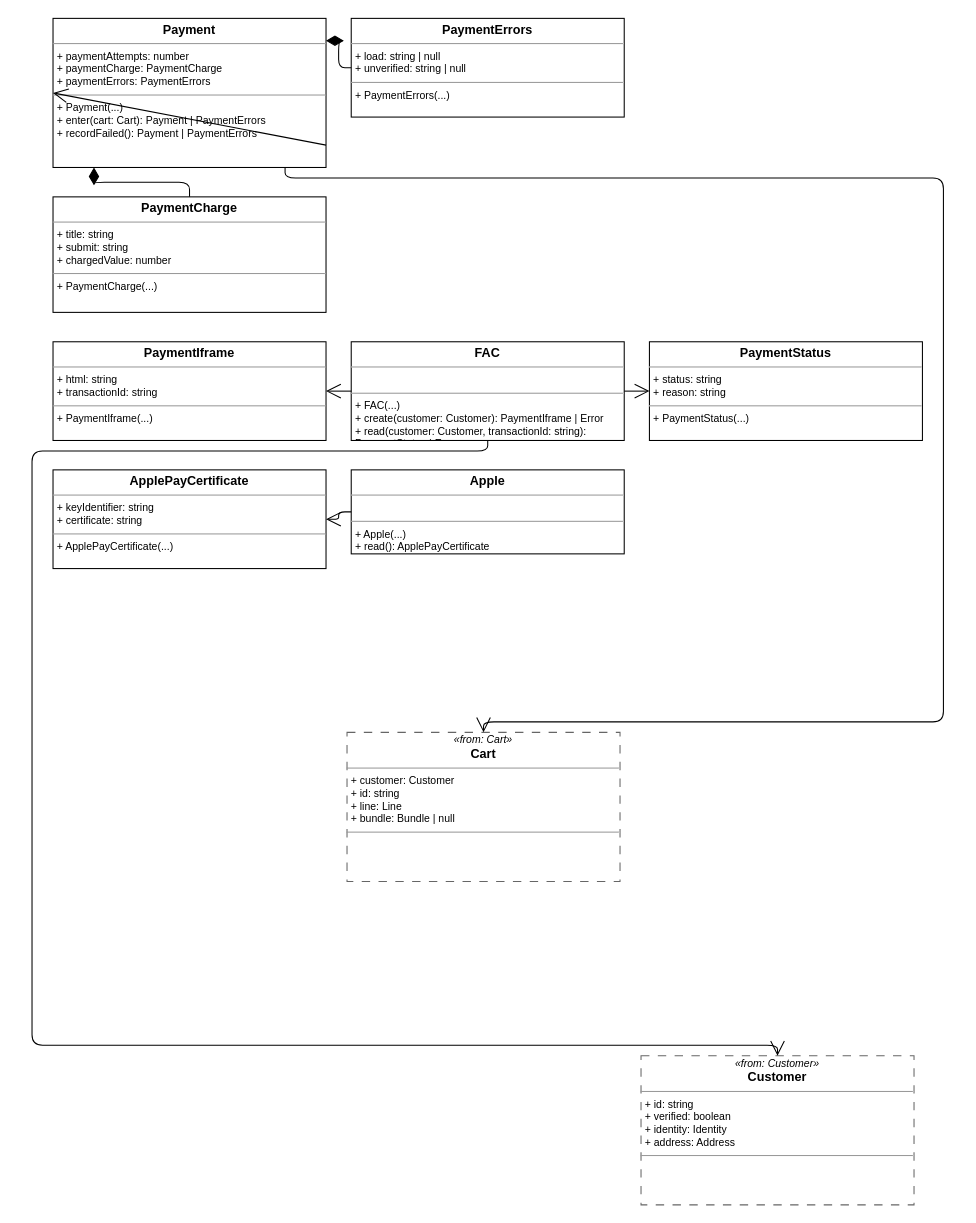
Above: practices/clean_engineering/model/.examples/actual/from-drawio/to-drawio/billing/payments.drawio in abd-works/abd-context-driven-delivery (draw.io), before the change. Source tidied: cells renumbered, new cells numbered last; positions are measured from the earlier drawing's top-left corner, leaving out a move shared by most shapes. Both pictures are drawn from the tidied source at 105%, with x=0, y=0 at pixel (32, 18).
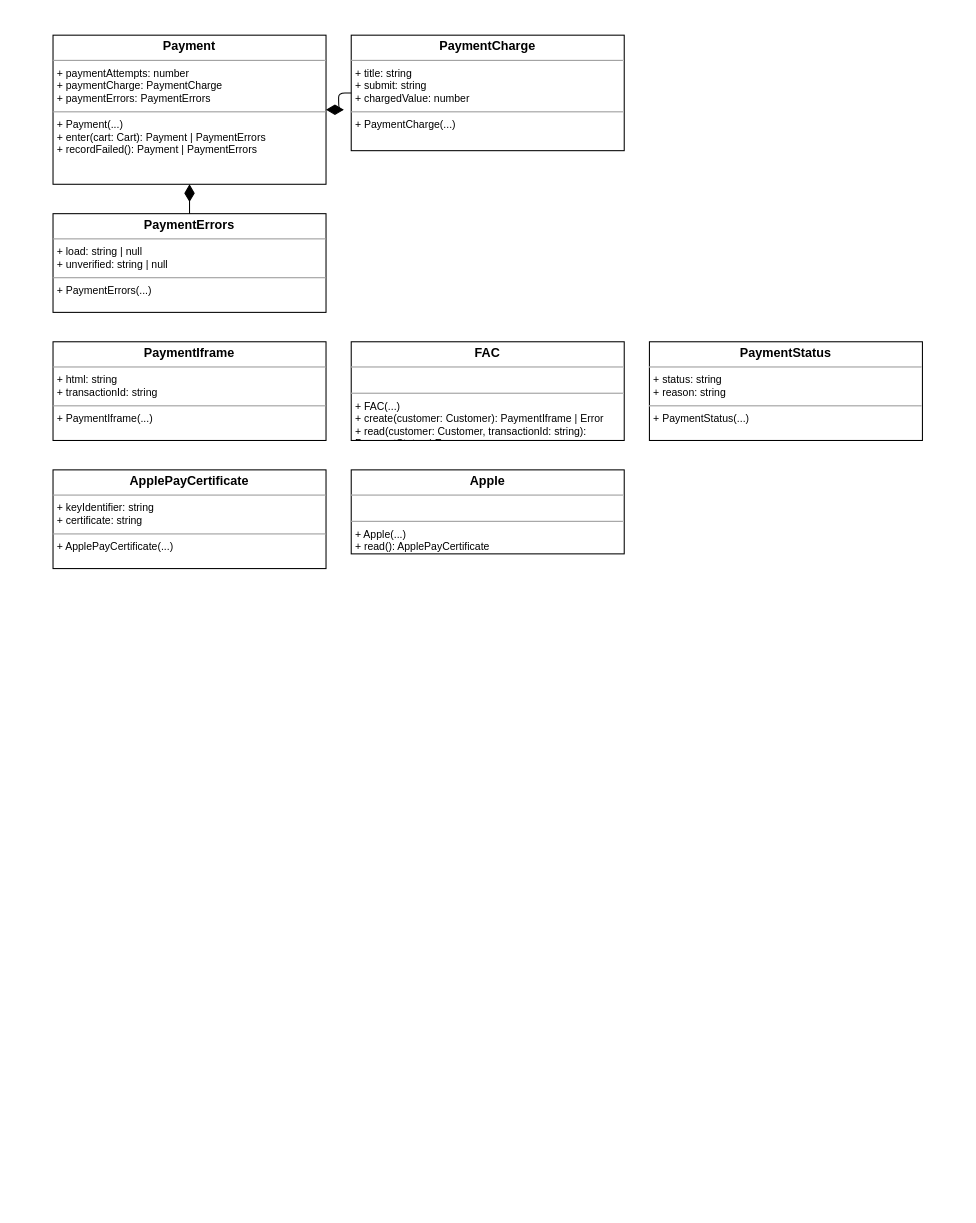
Above is the later version.

Unchanged cells that the change refers to:
```xml
<mxCell id="7" value="&lt;p style=&quot;margin:0px;margin-top:4px;text-align:center;&quot;&gt;&lt;b&gt;PaymentIframe&lt;/b&gt;&lt;/p&gt;&lt;hr size=&quot;1&quot;/&gt;&lt;p style=&quot;margin:0px;margin-left:4px;font-size:10px;&quot;&gt;+ html: string&lt;br/&gt;+ transactionId: string&lt;br/&gt;&lt;/p&gt;&lt;hr size=&quot;1&quot;/&gt;&lt;p style=&quot;margin:0px;margin-left:4px;font-size:10px;&quot;&gt;+ PaymentIframe(...)&lt;br/&gt;&lt;/p&gt;" style="verticalAlign=top;align=left;overflow=fill;fontSize=12;fontFamily=Helvetica;html=1;whiteSpace=wrap;" parent="1" vertex="1">
  <mxGeometry x="20" y="308" width="260" height="94" as="geometry" />
</mxCell>
<mxCell id="8" value="&lt;p style=&quot;margin:0px;margin-top:4px;text-align:center;&quot;&gt;&lt;b&gt;FAC&lt;/b&gt;&lt;/p&gt;&lt;hr size=&quot;1&quot;/&gt;&lt;p style=&quot;margin:0px;margin-left:4px;font-size:10px;&quot;&gt;&lt;br/&gt;&lt;/p&gt;&lt;hr size=&quot;1&quot;/&gt;&lt;p style=&quot;margin:0px;margin-left:4px;font-size:10px;&quot;&gt;+ FAC(...)&lt;br/&gt;+ create(customer: Customer): PaymentIframe | Error&lt;br/&gt;+ read(customer: Customer, transactionId: string): PaymentStatus | Error&lt;br/&gt;&lt;/p&gt;" style="verticalAlign=top;align=left;overflow=fill;fontSize=12;fontFamily=Helvetica;html=1;whiteSpace=wrap;" parent="1" vertex="1">
  <mxGeometry x="304" y="308" width="260" height="94" as="geometry" />
</mxCell>
<mxCell id="9" value="&lt;p style=&quot;margin:0px;margin-top:4px;text-align:center;&quot;&gt;&lt;b&gt;PaymentStatus&lt;/b&gt;&lt;/p&gt;&lt;hr size=&quot;1&quot;/&gt;&lt;p style=&quot;margin:0px;margin-left:4px;font-size:10px;&quot;&gt;+ status: string&lt;br/&gt;+ reason: string&lt;br/&gt;&lt;/p&gt;&lt;hr size=&quot;1&quot;/&gt;&lt;p style=&quot;margin:0px;margin-left:4px;font-size:10px;&quot;&gt;+ PaymentStatus(...)&lt;br/&gt;&lt;/p&gt;" style="verticalAlign=top;align=left;overflow=fill;fontSize=12;fontFamily=Helvetica;html=1;whiteSpace=wrap;" parent="1" vertex="1">
  <mxGeometry x="588" y="308" width="260" height="94" as="geometry" />
</mxCell>
<mxCell id="10" value="&lt;p style=&quot;margin:0px;margin-top:4px;text-align:center;&quot;&gt;&lt;b&gt;ApplePayCertificate&lt;/b&gt;&lt;/p&gt;&lt;hr size=&quot;1&quot;/&gt;&lt;p style=&quot;margin:0px;margin-left:4px;font-size:10px;&quot;&gt;+ keyIdentifier: string&lt;br/&gt;+ certificate: string&lt;br/&gt;&lt;/p&gt;&lt;hr size=&quot;1&quot;/&gt;&lt;p style=&quot;margin:0px;margin-left:4px;font-size:10px;&quot;&gt;+ ApplePayCertificate(...)&lt;br/&gt;&lt;/p&gt;" style="verticalAlign=top;align=left;overflow=fill;fontSize=12;fontFamily=Helvetica;html=1;whiteSpace=wrap;" parent="1" vertex="1">
  <mxGeometry x="20" y="430" width="260" height="94" as="geometry" />
</mxCell>
<mxCell id="11" value="&lt;p style=&quot;margin:0px;margin-top:4px;text-align:center;&quot;&gt;&lt;b&gt;Apple&lt;/b&gt;&lt;/p&gt;&lt;hr size=&quot;1&quot;/&gt;&lt;p style=&quot;margin:0px;margin-left:4px;font-size:10px;&quot;&gt;&lt;br/&gt;&lt;/p&gt;&lt;hr size=&quot;1&quot;/&gt;&lt;p style=&quot;margin:0px;margin-left:4px;font-size:10px;&quot;&gt;+ Apple(...)&lt;br/&gt;+ read(): ApplePayCertificate&lt;br/&gt;&lt;/p&gt;" style="verticalAlign=top;align=left;overflow=fill;fontSize=12;fontFamily=Helvetica;html=1;whiteSpace=wrap;" parent="1" vertex="1">
  <mxGeometry x="304" y="430" width="260" height="80" as="geometry" />
</mxCell>
```

The edit, as a diff of the source:
```diff
@@
-    <mxCell id="2" value="&lt;p style=&quot;margin:0px;margin-top:2px;text-align:center;font-size:10px;&quot;&gt;&lt;i&gt;«from: Cart»&lt;/i&gt;&lt;/p&gt;&lt;p style=&quot;margin:0px;text-align:center;&quot;&gt;&lt;b&gt;Cart&lt;/b&gt;&lt;/p&gt;&lt;hr size=&quot;1&quot;/&gt;&lt;p style=&quot;margin:0px;margin-left:4px;font-size:10px;&quot;&gt;+ customer: Customer&lt;br/&gt;+ id: string&lt;br/&gt;+ line: Line&lt;br/&gt;+ bundle: Bundle | null&lt;br/&gt;&lt;/p&gt;&lt;hr size=&quot;1&quot;/&gt;&lt;p style=&quot;margin:0px;margin-left:4px;font-size:10px;&quot;&gt;&lt;br/&gt;&lt;/p&gt;" style="verticalAlign=top;align=left;overflow=fill;fontSize=12;fontFamily=Helvetica;html=1;whiteSpace=wrap;dashed=1;dashPattern=8 8;strokeColor=#666666;" parent="1" vertex="1">
-      <mxGeometry x="300" y="680" width="260" height="142" as="geometry" />
-    </mxCell>
-    <mxCell id="3" value="&lt;p style=&quot;margin:0px;margin-top:2px;text-align:center;font-size:10px;&quot;&gt;&lt;i&gt;«from: Customer»&lt;/i&gt;&lt;/p&gt;&lt;p style=&quot;margin:0px;text-align:center;&quot;&gt;&lt;b&gt;Customer&lt;/b&gt;&lt;/p&gt;&lt;hr size=&quot;1&quot;/&gt;&lt;p style=&quot;margin:0px;margin-left:4px;font-size:10px;&quot;&gt;+ id: string&lt;br/&gt;+ verified: boolean&lt;br/&gt;+ identity: Identity&lt;br/&gt;+ address: Address&lt;br/&gt;&lt;/p&gt;&lt;hr size=&quot;1&quot;/&gt;&lt;p style=&quot;margin:0px;margin-left:4px;font-size:10px;&quot;&gt;&lt;br/&gt;&lt;/p&gt;" style="verticalAlign=top;align=left;overflow=fill;fontSize=12;fontFamily=Helvetica;html=1;whiteSpace=wrap;dashed=1;dashPattern=8 8;strokeColor=#666666;" parent="1" vertex="1">
-      <mxGeometry x="580" y="988" width="260" height="142" as="geometry" />
-    </mxCell>
     <mxCell id="4" value="&lt;p style=&quot;margin:0px;margin-top:4px;text-align:center;&quot;&gt;&lt;b&gt;Payment&lt;/b&gt;&lt;/p&gt;&lt;hr size=&quot;1&quot;/&gt;&lt;p style=&quot;margin:0px;margin-left:4px;font-size:10px;&quot;&gt;+ paymentAttempts: number&lt;br/&gt;+ paymentCharge: PaymentCharge&lt;br/&gt;+ paymentErrors: PaymentErrors&lt;br/&gt;&lt;/p&gt;&lt;hr size=&quot;1&quot;/&gt;&lt;p style=&quot;margin:0px;margin-left:4px;font-size:10px;&quot;&gt;+ Payment(...)&lt;br/&gt;+ enter(cart: Cart): Payment | PaymentErrors&lt;br/&gt;+ recordFailed(): Payment | PaymentErrors&lt;br/&gt;&lt;/p&gt;" style="verticalAlign=top;align=left;overflow=fill;fontSize=12;fontFamily=Helvetica;html=1;whiteSpace=wrap;" parent="1" vertex="1">
-      <mxGeometry x="20" width="260" height="142" as="geometry" />
+      <mxGeometry x="20" y="16" width="260" height="142" as="geometry" />
     </mxCell>
     <mxCell id="5" value="&lt;p style=&quot;margin:0px;margin-top:4px;text-align:center;&quot;&gt;&lt;b&gt;PaymentErrors&lt;/b&gt;&lt;/p&gt;&lt;hr size=&quot;1&quot;/&gt;&lt;p style=&quot;margin:0px;margin-left:4px;font-size:10px;&quot;&gt;+ load: string | null&lt;br/&gt;+ unverified: string | null&lt;br/&gt;&lt;/p&gt;&lt;hr size=&quot;1&quot;/&gt;&lt;p style=&quot;margin:0px;margin-left:4px;font-size:10px;&quot;&gt;+ PaymentErrors(...)&lt;br/&gt;&lt;/p&gt;" style="verticalAlign=top;align=left;overflow=fill;fontSize=12;fontFamily=Helvetica;html=1;whiteSpace=wrap;" parent="1" vertex="1">
-      <mxGeometry x="304" width="260" height="94" as="geometry" />
+      <mxGeometry x="20" y="186" width="260" height="94" as="geometry" />
     </mxCell>
     <mxCell id="6" value="&lt;p style=&quot;margin:0px;margin-top:4px;text-align:center;&quot;&gt;&lt;b&gt;PaymentCharge&lt;/b&gt;&lt;/p&gt;&lt;hr size=&quot;1&quot;/&gt;&lt;p style=&quot;margin:0px;margin-left:4px;font-size:10px;&quot;&gt;+ title: string&lt;br/&gt;+ submit: string&lt;br/&gt;+ chargedValue: number&lt;br/&gt;&lt;/p&gt;&lt;hr size=&quot;1&quot;/&gt;&lt;p style=&quot;margin:0px;margin-left:4px;font-size:10px;&quot;&gt;+ PaymentCharge(...)&lt;br/&gt;&lt;/p&gt;" style="verticalAlign=top;align=left;overflow=fill;fontSize=12;fontFamily=Helvetica;html=1;whiteSpace=wrap;" parent="1" vertex="1">
-      <mxGeometry x="20" y="170" width="260" height="110" as="geometry" />
+      <mxGeometry x="304" y="16" width="260" height="110" as="geometry" />
     </mxCell>
@@
-    <mxCell id="12" style="edgeStyle=orthogonalEdgeStyle;rounded=1;endArrow=none;html=1;startArrow=diamondThin;startFill=1;startSize=14;exitX=0.15;exitY=1.0;exitDx=0;exitDy=0;entryX=0.5;entryY=0.0;entryDx=0;entryDy=0;" parent="1" edge="1" source="4" target="6">
+    <mxCell id="12" style="edgeStyle=orthogonalEdgeStyle;rounded=1;endArrow=none;html=1;startArrow=diamondThin;startFill=1;startSize=14;exitX=0.5;exitY=1.0;exitDx=0;exitDy=0;entryX=0.5;entryY=0.0;entryDx=0;entryDy=0;" parent="1" edge="1" source="4" target="5">
       <mxGeometry relative="1" as="geometry" />
     </mxCell>
-    <mxCell id="13" style="edgeStyle=orthogonalEdgeStyle;rounded=1;endArrow=none;html=1;startArrow=diamondThin;startFill=1;startSize=14;exitX=1.0;exitY=0.15;exitDx=0;exitDy=0;entryX=0.0;entryY=0.5;entryDx=0;entryDy=0;" parent="1" edge="1" source="4" target="5">
+    <mxCell id="13" style="edgeStyle=orthogonalEdgeStyle;rounded=1;endArrow=none;html=1;startArrow=diamondThin;startFill=1;startSize=14;exitX=1.0;exitY=0.5;exitDx=0;exitDy=0;entryX=0.0;entryY=0.5;entryDx=0;entryDy=0;" parent="1" edge="1" source="4" target="6">
       <mxGeometry relative="1" as="geometry" />
     </mxCell>
-    <mxCell id="14" style="edgeStyle=orthogonalEdgeStyle;rounded=1;endArrow=open;endSize=12;html=1;exitX=1.0;exitY=0.85;exitDx=0;exitDy=0;entryX=0.0;entryY=0.5;entryDx=0;entryDy=0;" parent="1" edge="1" source="4" target="4">
-      <mxGeometry relative="1" as="geometry" />
-    </mxCell>
-    <mxCell id="15" style="edgeStyle=orthogonalEdgeStyle;rounded=1;endArrow=open;endSize=12;html=1;exitX=0.0;exitY=0.5;exitDx=0;exitDy=0;entryX=1.0;entryY=0.5;entryDx=0;entryDy=0;" parent="1" edge="1" source="8" target="7">
-      <mxGeometry relative="1" as="geometry" />
-    </mxCell>
-    <mxCell id="16" style="edgeStyle=orthogonalEdgeStyle;rounded=1;endArrow=open;endSize=12;html=1;exitX=1.0;exitY=0.5;exitDx=0;exitDy=0;entryX=0.0;entryY=0.5;entryDx=0;entryDy=0;" parent="1" edge="1" source="8" target="9">
-      <mxGeometry relative="1" as="geometry" />
-    </mxCell>
-    <mxCell id="17" style="edgeStyle=orthogonalEdgeStyle;rounded=1;endArrow=open;endSize=12;html=1;exitX=0.0;exitY=0.5;exitDx=0;exitDy=0;entryX=1.0;entryY=0.5;entryDx=0;entryDy=0;" parent="1" edge="1" source="11" target="10">
-      <mxGeometry relative="1" as="geometry" />
-    </mxCell>
-    <mxCell id="18" style="edgeStyle=orthogonalEdgeStyle;rounded=1;endArrow=open;endSize=12;html=1;exitX=0.85;exitY=1.0;exitDx=0;exitDy=0;entryX=0.5;entryY=0.0;entryDx=0;entryDy=0;" parent="1" edge="1" source="4" target="2">
-      <mxGeometry relative="1" as="geometry">
-        <Array as="points">
-          <mxPoint x="241" y="152" />
-          <mxPoint x="868" y="152" />
-          <mxPoint x="868" y="670" />
-          <mxPoint x="430" y="670" />
-        </Array>
-      </mxGeometry>
-    </mxCell>
-    <mxCell id="19" style="edgeStyle=orthogonalEdgeStyle;rounded=1;endArrow=open;endSize=12;html=1;exitX=0.5;exitY=1.0;exitDx=0;exitDy=0;entryX=0.5;entryY=0.0;entryDx=0;entryDy=0;" parent="1" edge="1" source="8" target="3">
-      <mxGeometry relative="1" as="geometry">
-        <Array as="points">
-          <mxPoint x="434" y="412" />
-          <mxPoint y="412" />
-          <mxPoint y="978" />
-          <mxPoint x="710" y="978" />
-        </Array>
-      </mxGeometry>
-    </mxCell>
```
